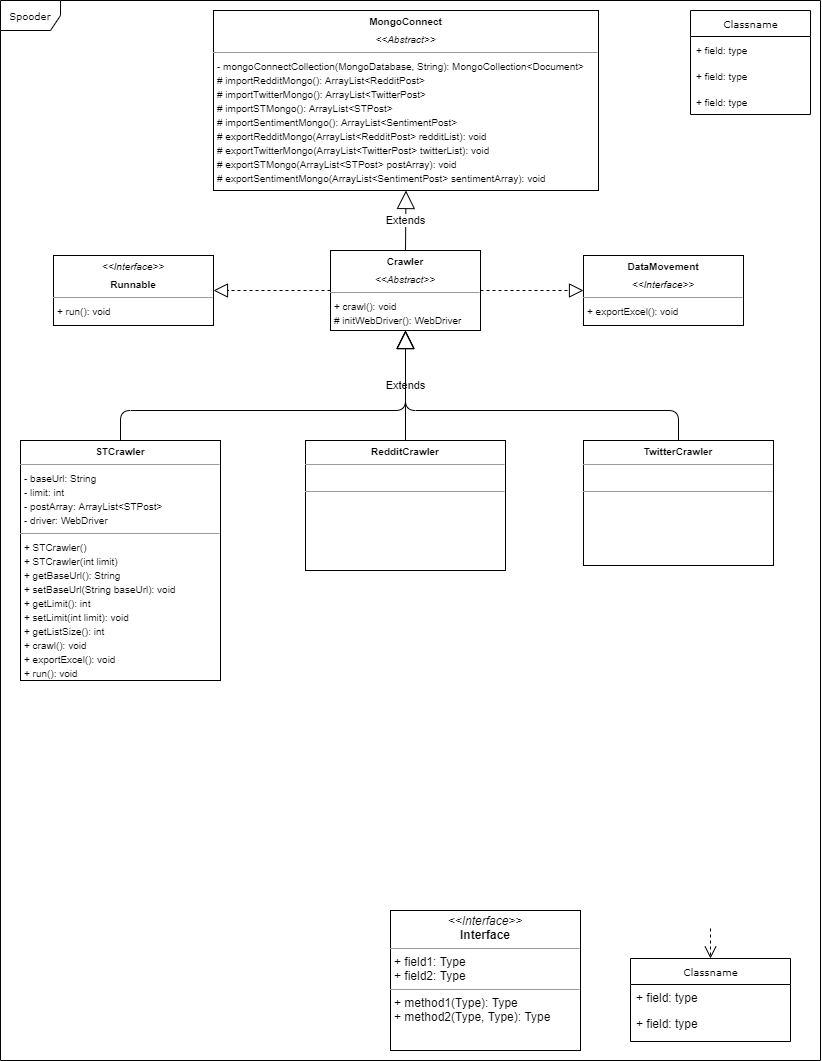
This is UMLDiagram.png from yxchia98/spooder, a draw.io export, as it was before one commit. Source tidied: cells renumbered, new cells last; positions are measured from the earlier drawing's top-left corner, leaving out a move shared by most shapes.
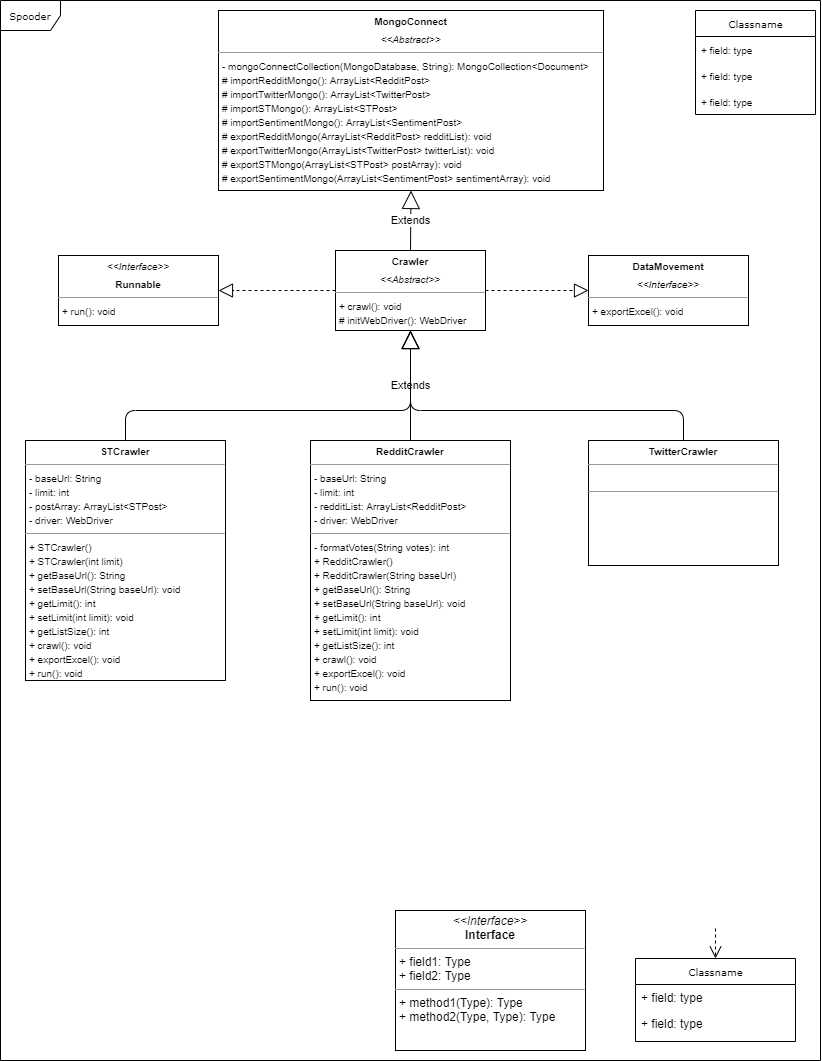
The same file after the commit.

Change to the diagram source:
```diff
@@ -3,7 +3,7 @@
     <mxCell id="0" />
     <mxCell id="1" parent="0" />
     <mxCell id="2" value="Spooder" style="shape=umlFrame;whiteSpace=wrap;html=1;rounded=0;shadow=0;comic=0;labelBackgroundColor=none;strokeWidth=1;fontFamily=Verdana;fontSize=10;align=center;" parent="1" vertex="1">
-      <mxGeometry width="820" height="1060" as="geometry" />
+      <mxGeometry x="-5" width="820" height="1060" as="geometry" />
     </mxCell>
     <mxCell id="3" value="&lt;font style=&quot;font-size: 10px&quot;&gt;Classname&lt;/font&gt;" style="swimlane;html=1;fontStyle=0;horizontal=1;startSize=26;fillColor=none;swimlaneFillColor=#ffffff;rounded=0;shadow=0;comic=0;labelBackgroundColor=none;strokeWidth=1;fontFamily=Verdana;fontSize=10;align=center;" parent="1" vertex="1">
       <mxGeometry x="690" y="10" width="120" height="104" as="geometry" />
@@ -40,8 +40,8 @@
     <mxCell id="13" value="&lt;p style=&quot;margin: 0px ; margin-top: 4px ; text-align: center&quot;&gt;&lt;b&gt;&lt;font style=&quot;font-size: 10px&quot;&gt;Crawler&lt;/font&gt;&lt;/b&gt;&lt;/p&gt;&lt;p style=&quot;margin: 0px ; margin-top: 4px ; text-align: center&quot;&gt;&lt;i&gt;&lt;font style=&quot;font-size: 10px&quot;&gt;&amp;lt;&amp;lt;Abstract&amp;gt;&amp;gt;&lt;/font&gt;&lt;/i&gt;&lt;/p&gt;&lt;hr size=&quot;1&quot;&gt;&lt;p style=&quot;margin: 0px ; margin-left: 4px&quot;&gt;&lt;span style=&quot;font-size: 10px&quot;&gt;+ crawl(): void&lt;/span&gt;&lt;br&gt;&lt;/p&gt;&lt;p style=&quot;margin: 0px ; margin-left: 4px&quot;&gt;&lt;span style=&quot;font-size: 10px&quot;&gt;# initWebDriver(): WebDriver&lt;/span&gt;&lt;/p&gt;&lt;p style=&quot;margin: 0px ; margin-left: 4px&quot;&gt;&lt;span style=&quot;font-size: 10px&quot;&gt;&lt;br&gt;&lt;/span&gt;&lt;/p&gt;" style="verticalAlign=top;align=left;overflow=fill;fontSize=12;fontFamily=Helvetica;html=1;rounded=0;shadow=0;comic=0;labelBackgroundColor=none;strokeWidth=1;" parent="1" vertex="1">
       <mxGeometry x="330" y="250" width="150" height="80" as="geometry" />
     </mxCell>
-    <mxCell id="14" value="&lt;p style=&quot;margin: 0px ; margin-top: 4px ; text-align: center&quot;&gt;&lt;b&gt;&lt;font style=&quot;font-size: 10px&quot;&gt;RedditCrawler&lt;/font&gt;&lt;/b&gt;&lt;/p&gt;&lt;hr size=&quot;1&quot;&gt;&lt;p style=&quot;margin: 0px ; margin-left: 4px&quot;&gt;&lt;br&gt;&lt;/p&gt;&lt;hr size=&quot;1&quot;&gt;&lt;p style=&quot;margin: 0px ; margin-left: 4px&quot;&gt;&lt;br&gt;&lt;/p&gt;" style="verticalAlign=top;align=left;overflow=fill;fontSize=12;fontFamily=Helvetica;html=1;rounded=0;shadow=0;comic=0;labelBackgroundColor=none;strokeWidth=1;" parent="1" vertex="1">
-      <mxGeometry x="305" y="440" width="200" height="130" as="geometry" />
+    <mxCell id="14" value="&lt;p style=&quot;margin: 0px ; margin-top: 4px ; text-align: center&quot;&gt;&lt;b&gt;&lt;font style=&quot;font-size: 10px&quot;&gt;RedditCrawler&lt;/font&gt;&lt;/b&gt;&lt;/p&gt;&lt;hr size=&quot;1&quot;&gt;&lt;p style=&quot;margin: 0px ; margin-left: 4px&quot;&gt;&lt;span style=&quot;font-size: 10px&quot;&gt;- baseUrl: String&lt;/span&gt;&lt;/p&gt;&lt;p style=&quot;margin: 0px ; margin-left: 4px&quot;&gt;&lt;span style=&quot;font-size: 10px&quot;&gt;- limit: int&lt;/span&gt;&lt;/p&gt;&lt;p style=&quot;margin: 0px ; margin-left: 4px&quot;&gt;&lt;span style=&quot;font-size: 10px&quot;&gt;- redditList: ArrayList&amp;lt;RedditPost&amp;gt;&lt;/span&gt;&lt;/p&gt;&lt;p style=&quot;margin: 0px ; margin-left: 4px&quot;&gt;&lt;span style=&quot;font-size: 10px&quot;&gt;- driver: WebDriver&lt;/span&gt;&lt;/p&gt;&lt;hr size=&quot;1&quot;&gt;&lt;p style=&quot;margin: 0px ; margin-left: 4px&quot;&gt;&lt;font style=&quot;font-size: 10px&quot;&gt;- formatVotes(String votes): int&lt;/font&gt;&lt;/p&gt;&lt;p style=&quot;margin: 0px ; margin-left: 4px&quot;&gt;&lt;font style=&quot;font-size: 10px&quot;&gt;+ RedditCrawler()&lt;/font&gt;&lt;/p&gt;&lt;p style=&quot;margin: 0px ; margin-left: 4px&quot;&gt;&lt;font style=&quot;font-size: 10px&quot;&gt;+ RedditCrawler(String baseUrl)&lt;/font&gt;&lt;/p&gt;&lt;p style=&quot;margin: 0px ; margin-left: 4px&quot;&gt;&lt;font style=&quot;font-size: 10px&quot;&gt;+ getBaseUrl(): String&lt;/font&gt;&lt;/p&gt;&lt;p style=&quot;margin: 0px ; margin-left: 4px&quot;&gt;&lt;font style=&quot;font-size: 10px&quot;&gt;+ setBaseUrl(String baseUrl): void&lt;/font&gt;&lt;/p&gt;&lt;p style=&quot;margin: 0px ; margin-left: 4px&quot;&gt;&lt;font style=&quot;font-size: 10px&quot;&gt;+ getLimit(): int&lt;/font&gt;&lt;/p&gt;&lt;p style=&quot;margin: 0px ; margin-left: 4px&quot;&gt;&lt;font style=&quot;font-size: 10px&quot;&gt;+ setLimit(int limit): void&lt;/font&gt;&lt;/p&gt;&lt;p style=&quot;margin: 0px ; margin-left: 4px&quot;&gt;&lt;font style=&quot;font-size: 10px&quot;&gt;+ getListSize(): int&lt;/font&gt;&lt;/p&gt;&lt;p style=&quot;margin: 0px ; margin-left: 4px&quot;&gt;&lt;font style=&quot;font-size: 10px&quot;&gt;+ crawl(): void&lt;/font&gt;&lt;/p&gt;&lt;p style=&quot;margin: 0px ; margin-left: 4px&quot;&gt;&lt;font style=&quot;font-size: 10px&quot;&gt;+ exportExcel(): void&lt;/font&gt;&lt;/p&gt;&lt;p style=&quot;margin: 0px ; margin-left: 4px&quot;&gt;&lt;font style=&quot;font-size: 10px&quot;&gt;+ run(): void&lt;/font&gt;&lt;/p&gt;&lt;p style=&quot;margin: 0px ; margin-left: 4px&quot;&gt;&lt;br&gt;&lt;/p&gt;&lt;p style=&quot;margin: 0px ; margin-left: 4px&quot;&gt;&lt;font style=&quot;font-size: 10px&quot;&gt;&lt;br&gt;&lt;/font&gt;&lt;/p&gt;" style="verticalAlign=top;align=left;overflow=fill;fontSize=12;fontFamily=Helvetica;html=1;rounded=0;shadow=0;comic=0;labelBackgroundColor=none;strokeWidth=1;" parent="1" vertex="1">
+      <mxGeometry x="305" y="440" width="200" height="260" as="geometry" />
     </mxCell>
     <mxCell id="15" style="endArrow=block;dashed=1;endFill=0;endSize=12;html=1;exitX=1;exitY=0.5;exitDx=0;exitDy=0;entryX=0;entryY=0.5;entryDx=0;entryDy=0;" parent="1" edge="1" source="13" target="12">
       <mxGeometry relative="1" as="geometry" />
```
